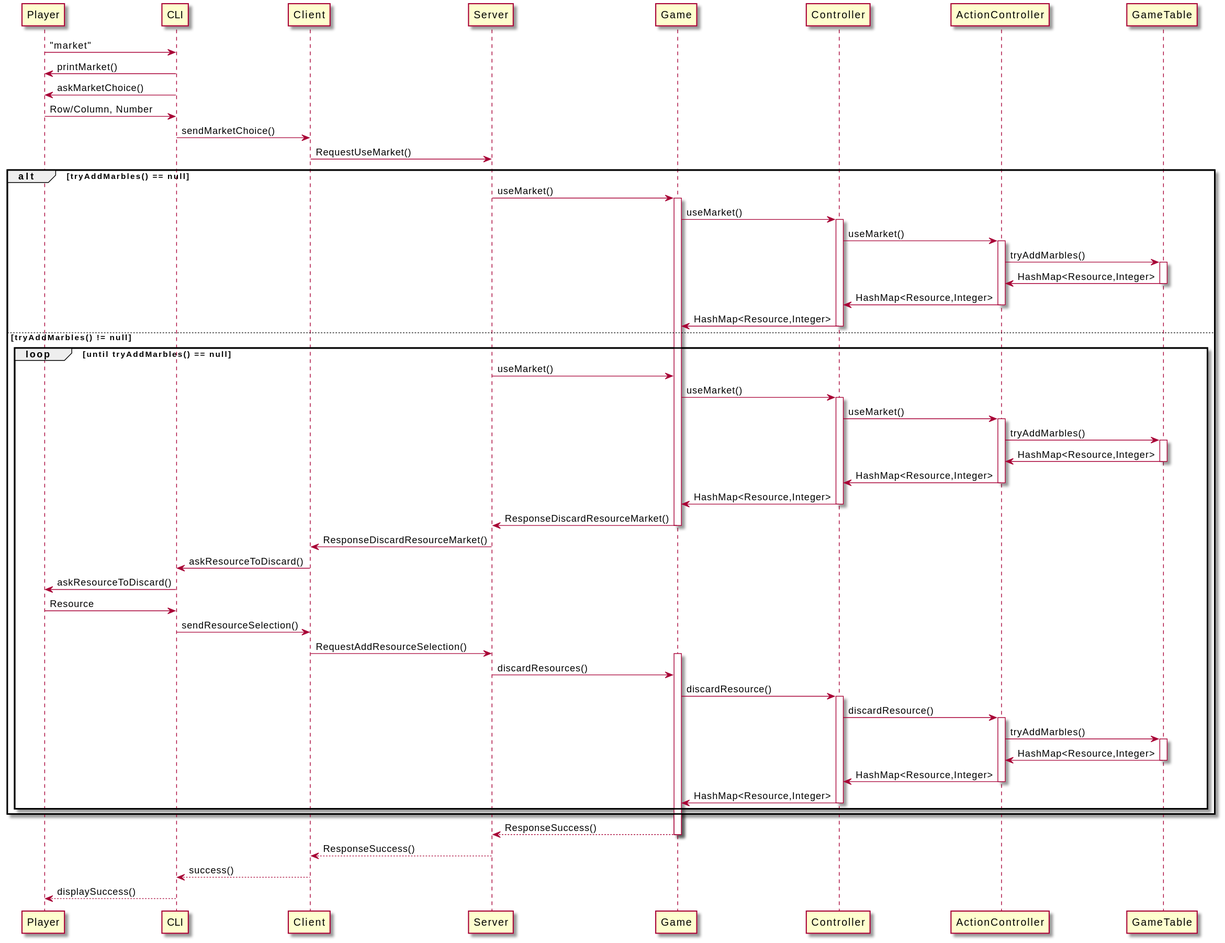
This is InitialSqDiagram/market.svg from marcofasa/ing-sw-2021-Fasanella-Maggioni-Manini, a PlantUML export, as it was before one commit.
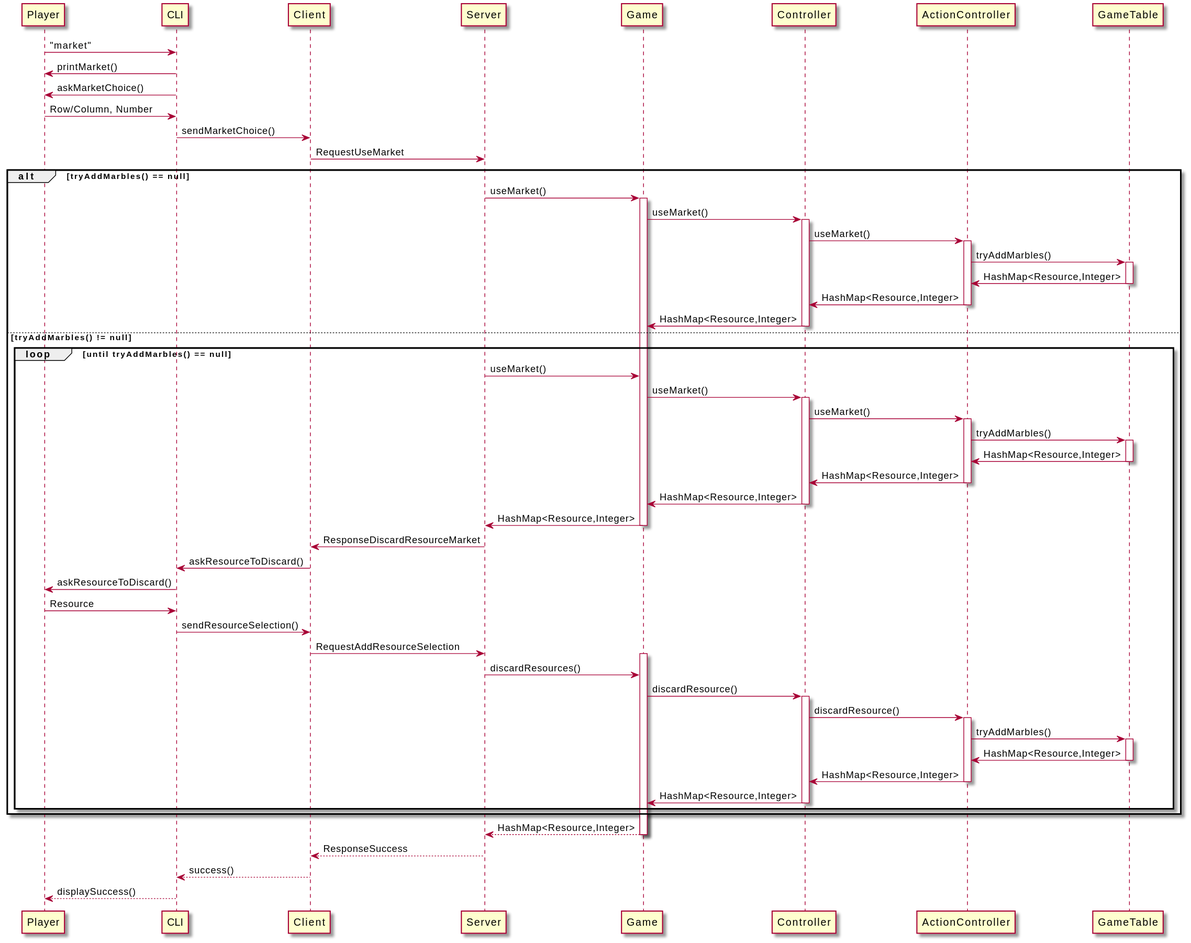
After the commit.

Diff of the diagram source:
```diff
@@ -5,7 +5,7 @@
 Player -> CLI: Row/Column, Number
 CLI -> Client: sendMarketChoice()
 
-Client-> Server: RequestUseMarket()
+Client-> Server: RequestUseMarket
 
 
 
@@ -45,14 +45,14 @@
             Controller -> Game: HashMap<Resource,Integer>
             deactivate Controller
 
-            Game->Server: ResponseDiscardResourceMarket()
+            Game->Server: HashMap<Resource,Integer>
             deactivate Game
-            Client<- Server: ResponseDiscardResourceMarket()
+            Client<- Server: ResponseDiscardResourceMarket
             CLI<-Client: askResourceToDiscard()
             Player <- CLI: askResourceToDiscard()
             Player -> CLI: Resource
             CLI->Client: sendResourceSelection()
-            Client-> Server: RequestAddResourceSelection()
+            Client-> Server: RequestAddResourceSelection
             activate Game
             Server-> Game: discardResources()
 
@@ -73,11 +73,11 @@
 
         end
 end
-Server<-- Game: ResponseSuccess()
+Server<-- Game: HashMap<Resource,Integer>
 
 deactivate Game
 
-Client<-- Server: ResponseSuccess()
+Client<-- Server: ResponseSuccess
 
 CLI <-- Client: success()
 
```
